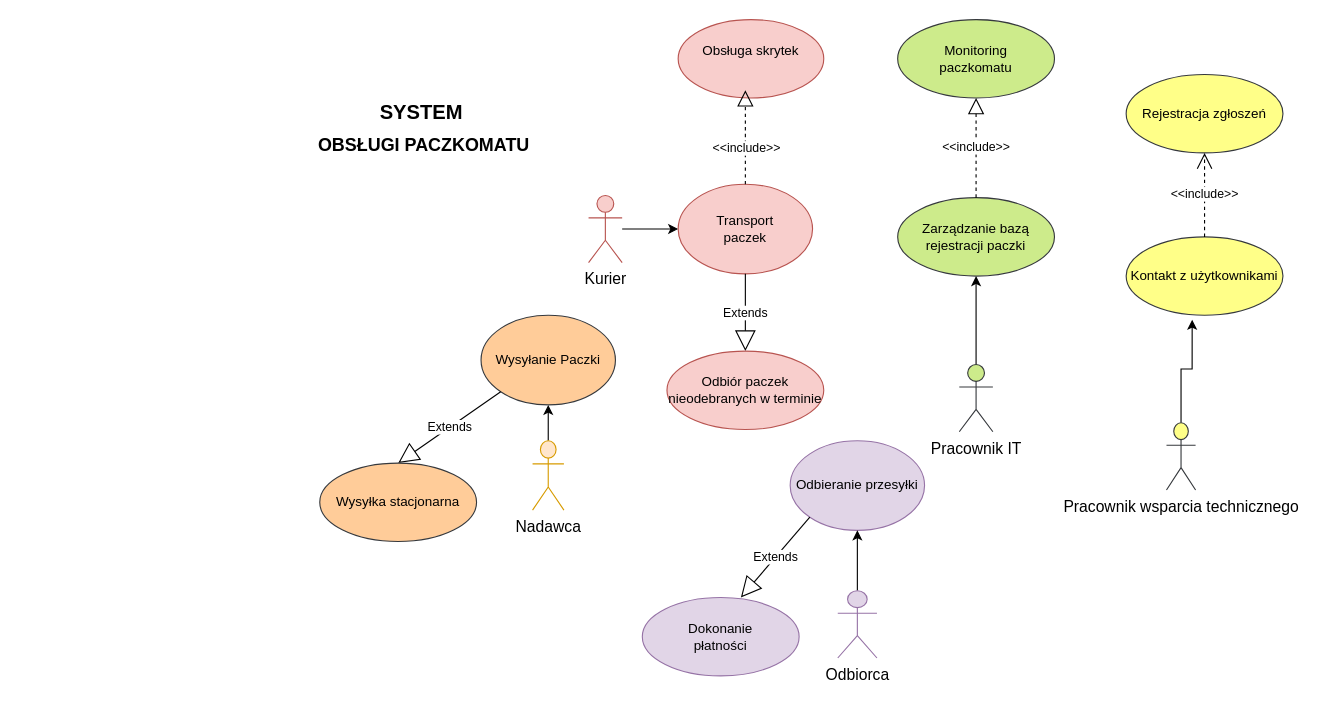
Earlier version of the draw.io diagram diagram.drawio (mardyr/UML-and-diagrams). Source tidied: cells renumbered, new cells numbered last; positions are measured from the earlier drawing's top-left corner, leaving out a move shared by most shapes. Both pictures are drawn from the tidied source at 112%, with x=0, y=0 at pixel (19, 19).
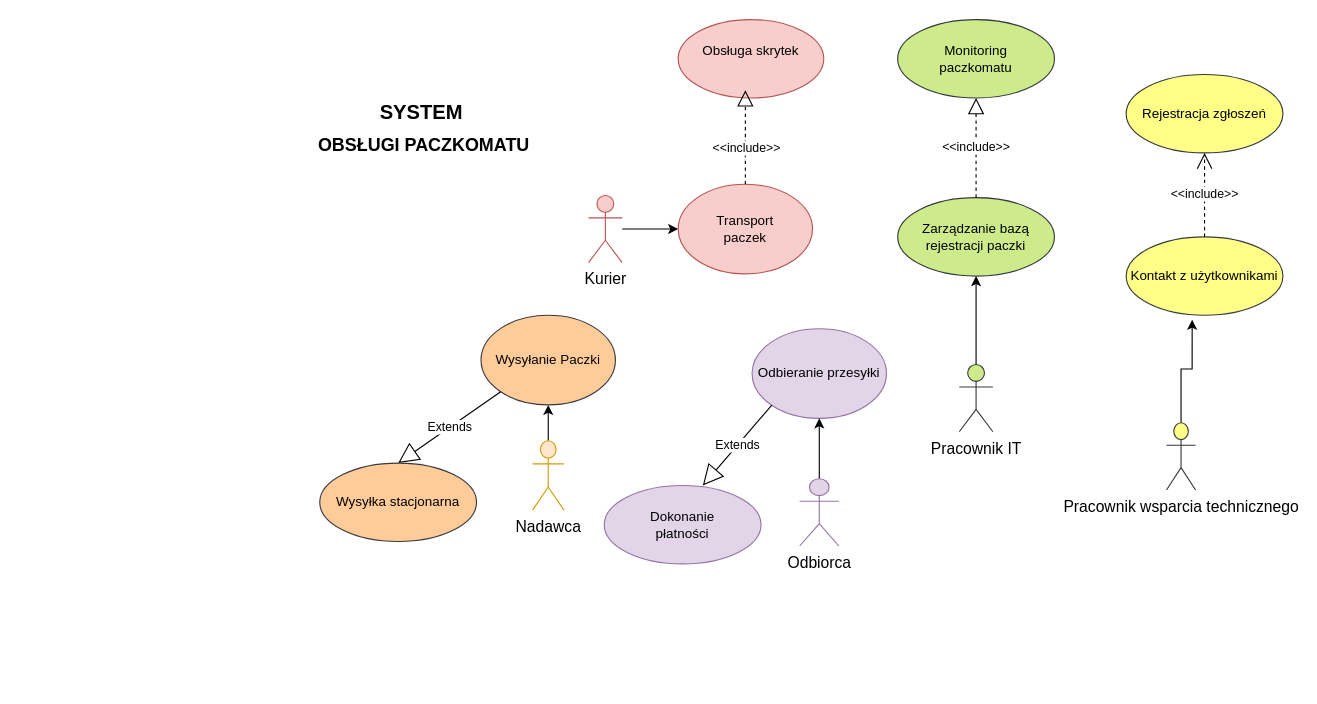
Above is the later version.

The change refers to these unchanged cells:
```xml
<mxCell id="7" value="&lt;div&gt;Transport &lt;br&gt;&lt;/div&gt;&lt;div&gt;paczek&lt;br&gt;&lt;/div&gt;" style="ellipse;whiteSpace=wrap;html=1;strokeWidth=1;fontSize=12;fillColor=#f8cecc;strokeColor=#b85450;" parent="1" vertex="1">
  <mxGeometry x="588" y="147" width="120" height="80" as="geometry" />
</mxCell>
```

Diff of the diagram source:
```diff
@@
-    <mxCell id="11" value="Extends" style="endArrow=block;endSize=16;endFill=0;html=1;exitX=0.5;exitY=1;exitDx=0;exitDy=0;entryX=0.5;entryY=0;entryDx=0;entryDy=0;" parent="1" edge="1" source="7" target="12">
-      <mxGeometry relative="1" as="geometry" />
-    </mxCell>
-    <mxCell id="12" value="&lt;div&gt;Odbiór paczek&lt;/div&gt;&lt;div&gt;nieodebranych w terminie&lt;br&gt;&lt;/div&gt;" style="ellipse;whiteSpace=wrap;html=1;fillColor=#f8cecc;strokeColor=#b85450;" parent="1" vertex="1">
-      <mxGeometry x="578" y="296" width="140" height="70" as="geometry" />
-    </mxCell>
     <mxCell id="13" value="Odbieranie przesyłki" style="ellipse;whiteSpace=wrap;html=1;fillColor=#e1d5e7;strokeColor=#9673a6;" parent="1" vertex="1">
-      <mxGeometry x="688" y="376" width="120" height="80" as="geometry" />
+      <mxGeometry x="654" y="276" width="120" height="80" as="geometry" />
     </mxCell>
@@
     <mxCell id="23" value="&lt;font style=&quot;font-size: 14px&quot;&gt;Odbiorca&lt;/font&gt;" style="shape=umlActor;verticalLabelPosition=bottom;verticalAlign=top;html=1;outlineConnect=0;fillColor=#e1d5e7;strokeColor=#9673a6;" parent="1" vertex="1">
-      <mxGeometry x="730.5" y="510" width="35" height="60" as="geometry" />
+      <mxGeometry x="696.5" y="410" width="35" height="60" as="geometry" />
     </mxCell>
@@
     <mxCell id="29" value="Extends" style="endArrow=block;endSize=16;endFill=0;html=1;exitX=0;exitY=1;exitDx=0;exitDy=0;" parent="1" edge="1" source="13">
       <mxGeometry relative="1" as="geometry">
-        <mxPoint x="644" y="516" as="targetPoint" />
+        <mxPoint x="610" y="416" as="targetPoint" />
       </mxGeometry>
     </mxCell>
     <mxCell id="30" value="&lt;div&gt;Dokonanie &lt;br&gt;&lt;/div&gt;&lt;div&gt;płatności&lt;br&gt;&lt;/div&gt;" style="ellipse;whiteSpace=wrap;html=1;fillColor=#e1d5e7;strokeColor=#9673a6;" parent="1" vertex="1">
-      <mxGeometry x="556" y="516" width="140" height="70" as="geometry" />
+      <mxGeometry x="522" y="416" width="140" height="70" as="geometry" />
     </mxCell>
```
